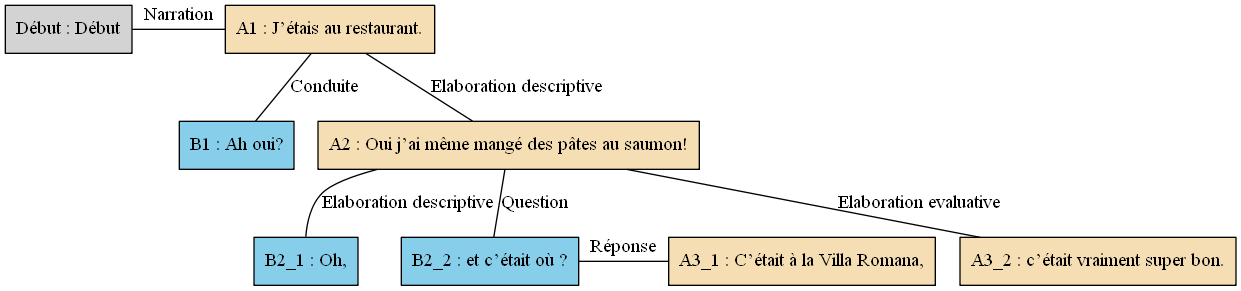
Above: arbres/Bac_a_sable/Bac_a_sable_-_A13.gv.png in AlaixComet/AnnotationSlamPTut (Graphviz), before the change. Its source is kept beside it as arbres/Bac_a_sable/Bac_a_sable_-_A13.gv.
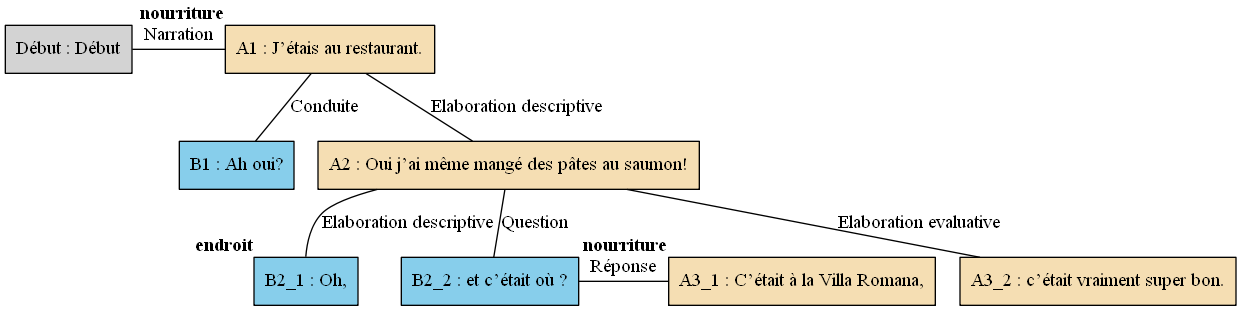
Above is the later version.

Diff of the diagram source:
```diff
@@ -1,13 +1,13 @@
 digraph A13 {
 	node [shape=box style=filled]
-	"Début" [label="Début : Début"]
-	A1 [label="A1 : J’étais au restaurant." fillcolor=wheat]
-	B1 [label="B1 : Ah oui?" fillcolor=skyblue]
-	A2 [label="A2 : Oui j’ai même mangé des pâtes au saumon!" fillcolor=wheat]
-	B2_1 [label="B2_1 : Oh," fillcolor=skyblue]
-	B2_2 [label="B2_2 : et c’était où ?" fillcolor=skyblue]
-	A3_1 [label="A3_1 : C’était à la Villa Romana," fillcolor=wheat]
-	A3_2 [label="A3_2 : c’était vraiment super bon." fillcolor=wheat]
+	"Début" [label="Début : Début" xlabel=""]
+	A1 [label="A1 : J’étais au restaurant." fillcolor=wheat xlabel=<<B>nourriture</B>>]
+	B1 [label="B1 : Ah oui?" fillcolor=skyblue xlabel=""]
+	A2 [label="A2 : Oui j’ai même mangé des pâtes au saumon!" fillcolor=wheat xlabel=""]
+	B2_1 [label="B2_1 : Oh," fillcolor=skyblue xlabel=<<B>endroit</B>>]
+	B2_2 [label="B2_2 : et c’était où ?" fillcolor=skyblue xlabel=""]
+	A3_1 [label="A3_1 : C’était à la Villa Romana," fillcolor=wheat xlabel=<<B>nourriture</B>>]
+	A3_2 [label="A3_2 : c’était vraiment super bon." fillcolor=wheat xlabel=""]
 	{
 		rank=same
 		"Début"
```
